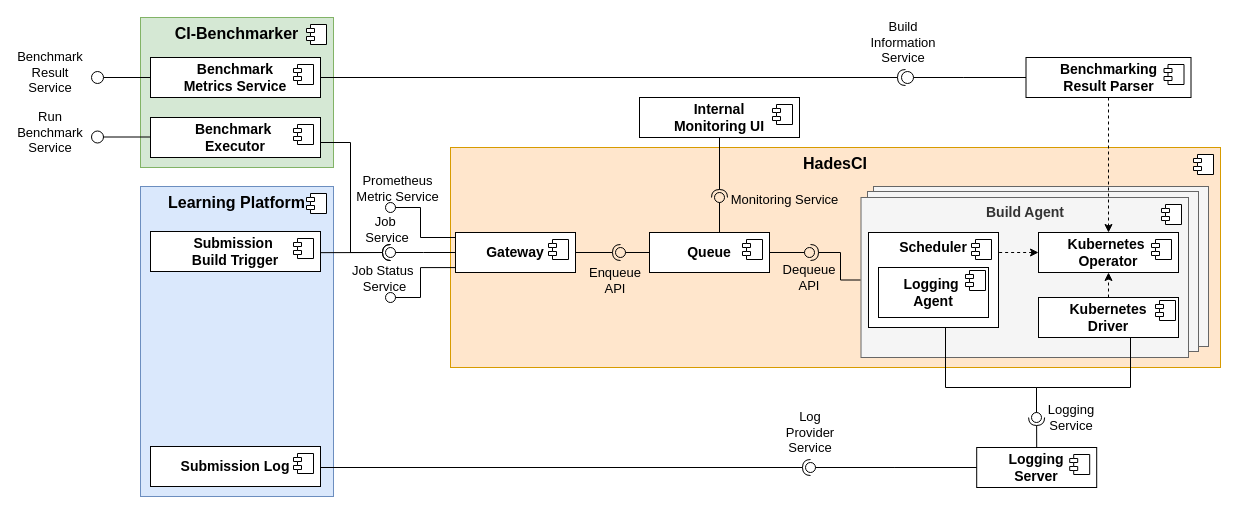
ShuaiweiYu/master-thesis keeps this draw.io diagram as Diagram/HadesCI.drawio. Above is the earlier version. Source tidied: cells renumbered, new cells numbered last; positions are measured from the earlier drawing's top-left corner, leaving out a move shared by most shapes. Both pictures are drawn from the tidied source at 100%, with x=0, y=0 at pixel (20, 17).
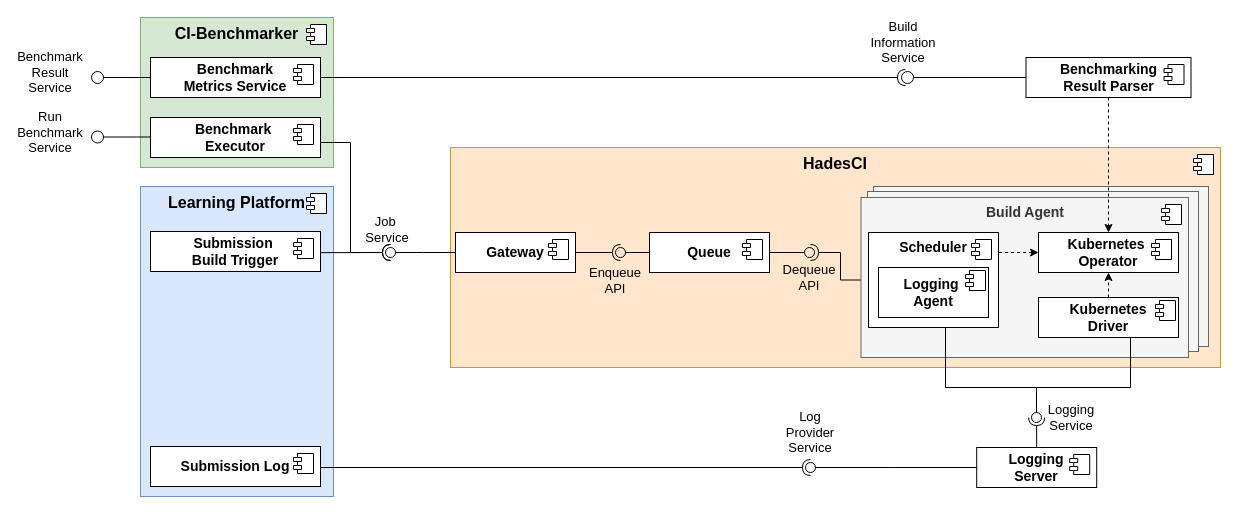
After the change.

The change refers to these unchanged cells:
```xml
<mxCell id="14" value="&lt;div&gt;&lt;b&gt;Gateway&lt;/b&gt;&lt;/div&gt;" style="html=1;whiteSpace=wrap;fontSize=14;" parent="1" vertex="1">
  <mxGeometry x="435" y="215" width="120" height="40" as="geometry" />
</mxCell>
```

What changed in the source:
```diff
@@
-    <mxCell id="8" style="rounded=0;jettySize=auto;html=1;endArrow=oval;endFill=0;sketch=0;sourcePerimeterSpacing=0;targetPerimeterSpacing=0;endSize=10;edgeStyle=orthogonalEdgeStyle;" parent="1" edge="1" source="14">
-      <mxGeometry relative="1" as="geometry">
-        <mxPoint x="370" y="190" as="targetPoint" />
-        <Array as="points">
-          <mxPoint x="400" y="220" />
-          <mxPoint x="400" y="190" />
-        </Array>
-      </mxGeometry>
-    </mxCell>
-    <mxCell id="9" value="Prometheus&lt;div&gt;Metric Service&lt;/div&gt;" style="edgeLabel;html=1;align=center;verticalAlign=middle;labelBackgroundColor=none;fontSize=13;" parent="8" vertex="1">
-      <mxGeometry x="0.97" y="-3" relative="1" as="geometry">
-        <mxPoint x="5" y="-17" as="offset" />
-      </mxGeometry>
-    </mxCell>
-    <mxCell id="10" style="rounded=0;jettySize=auto;html=1;endArrow=oval;endFill=0;sketch=0;sourcePerimeterSpacing=0;targetPerimeterSpacing=0;endSize=10;edgeStyle=orthogonalEdgeStyle;exitX=-0.002;exitY=0.877;exitDx=0;exitDy=0;exitPerimeter=0;" parent="1" edge="1" source="14">
-      <mxGeometry relative="1" as="geometry">
-        <mxPoint x="370" y="280" as="targetPoint" />
-        <Array as="points">
-          <mxPoint x="400" y="250" />
-          <mxPoint x="400" y="280" />
-        </Array>
-      </mxGeometry>
-    </mxCell>
-    <mxCell id="11" value="Job Status&amp;nbsp;&lt;div&gt;&lt;span style=&quot;background-color: transparent; color: light-dark(rgb(0, 0, 0), rgb(255, 255, 255));&quot;&gt;Service&lt;/span&gt;&lt;/div&gt;" style="edgeLabel;html=1;align=center;verticalAlign=middle;labelBackgroundColor=none;fontSize=13;" parent="10" vertex="1">
-      <mxGeometry x="0.97" y="-3" relative="1" as="geometry">
-        <mxPoint x="-8" y="-17" as="offset" />
-      </mxGeometry>
-    </mxCell>
@@
-    <mxCell id="40" value="&lt;b&gt;Internal&lt;/b&gt;&lt;div&gt;&lt;b&gt;Monitoring UI&lt;/b&gt;&lt;/div&gt;" style="html=1;whiteSpace=wrap;fontSize=14;" parent="1" vertex="1">
-      <mxGeometry x="619" y="80" width="160" height="40" as="geometry" />
-    </mxCell>
-    <mxCell id="41" style="shape=module;jettyWidth=8;jettyHeight=4;" parent="40" vertex="1">
-      <mxGeometry x="1" width="20" height="20" relative="1" as="geometry">
-        <mxPoint x="-27" y="7" as="offset" />
-      </mxGeometry>
-    </mxCell>
-    <mxCell id="42" style="rounded=0;orthogonalLoop=1;jettySize=auto;html=1;endArrow=halfCircle;endFill=0;endSize=6;strokeWidth=1;sketch=0;edgeStyle=orthogonalEdgeStyle;" parent="1" edge="1">
-      <mxGeometry relative="1" as="geometry">
-        <mxPoint x="699" y="120" as="sourcePoint" />
-        <mxPoint x="699" y="180" as="targetPoint" />
-      </mxGeometry>
-    </mxCell>
-    <mxCell id="43" style="rounded=0;orthogonalLoop=1;jettySize=auto;html=1;endArrow=oval;endFill=0;sketch=0;sourcePerimeterSpacing=0;targetPerimeterSpacing=0;endSize=10;edgeStyle=orthogonalEdgeStyle;fontStyle=4;" parent="1" edge="1">
-      <mxGeometry relative="1" as="geometry">
-        <mxPoint x="688" y="215" as="sourcePoint" />
-        <mxPoint x="699" y="180" as="targetPoint" />
-      </mxGeometry>
-    </mxCell>
-    <mxCell id="44" value="Monitoring Service" style="edgeLabel;html=1;align=center;verticalAlign=middle;labelBackgroundColor=none;fontSize=13;" parent="43" vertex="1">
-      <mxGeometry x="0.63" relative="1" as="geometry">
-        <mxPoint x="64" y="-8" as="offset" />
-      </mxGeometry>
-    </mxCell>
```
